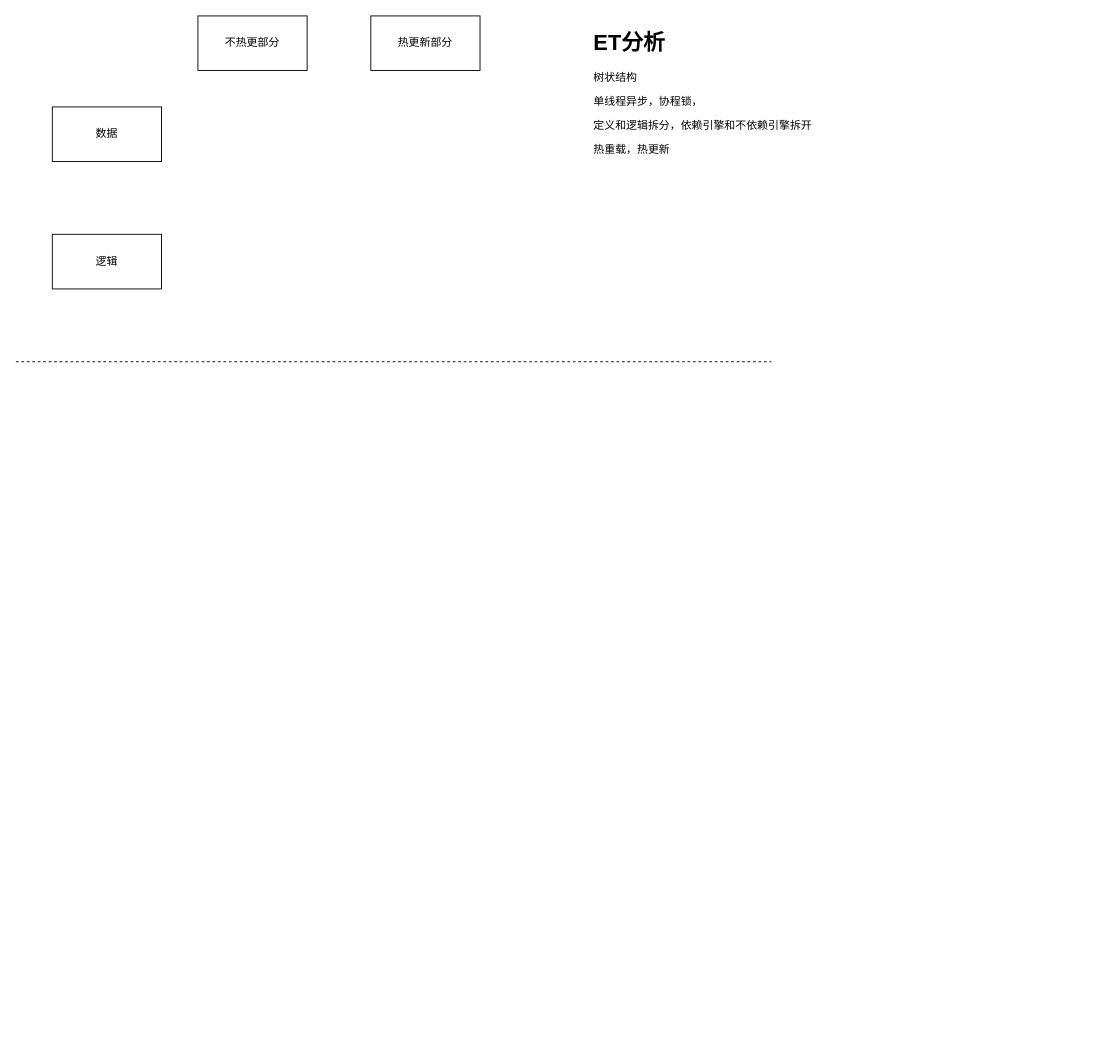
Above: Doc/Bliss.drawio in voidweapon/Bliss (draw.io), before the change. Source tidied: cells renumbered, new cells numbered last; positions are measured from the earlier drawing's top-left corner, leaving out a move shared by most shapes. Both pictures are drawn from the tidied source at 91%, with x=0, y=0 at pixel (15, 15).
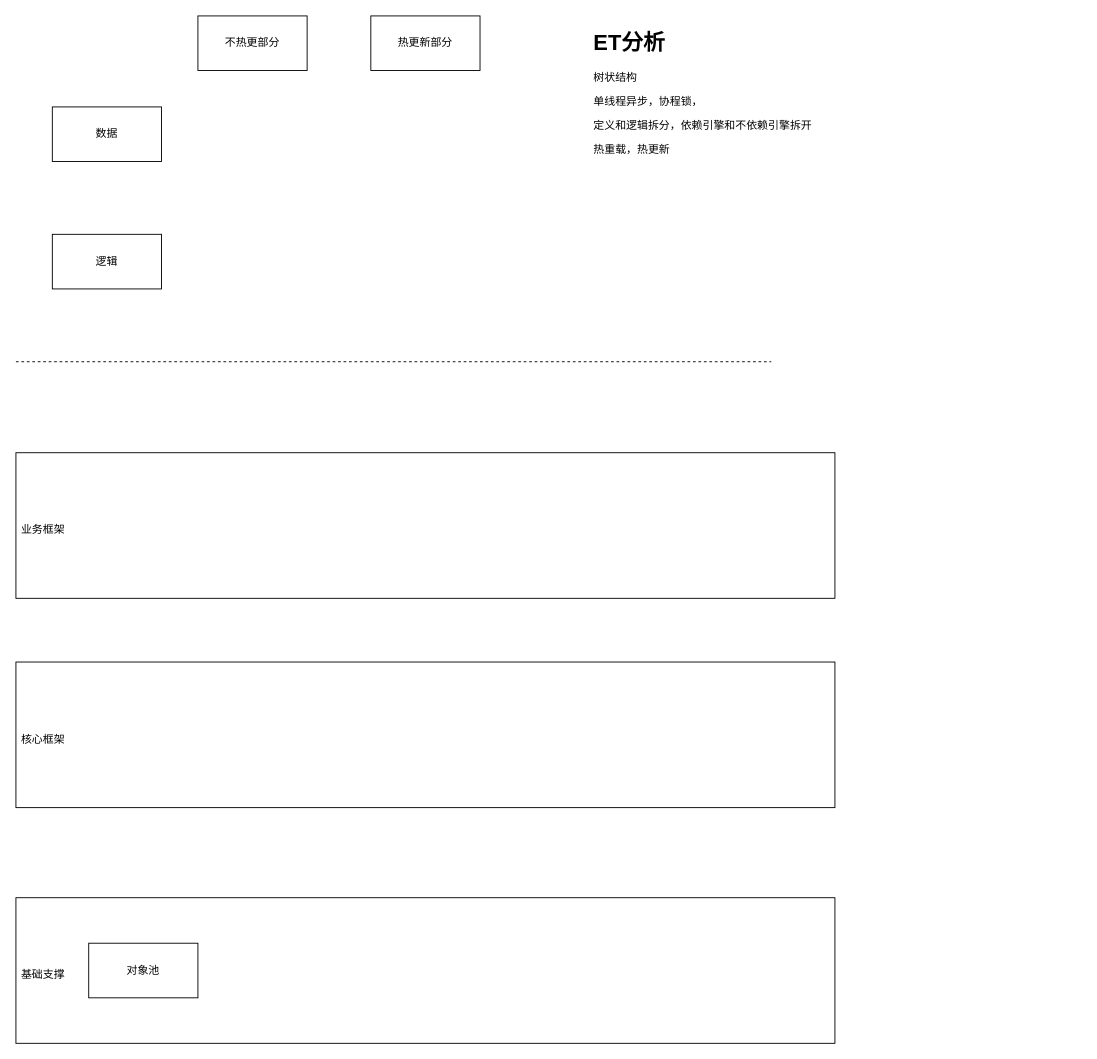
Above is the later version.

The edit, as a diff of the source:
```diff
@@
 <mxGraphModel>
   <root>
     <mxCell id="0" />
     <mxCell id="1" parent="0" />
+    <mxCell id="8" style="rounded=0;whiteSpace=wrap;html=1;" parent="1" vertex="1">
+      <mxGeometry y="969" width="900" height="160" as="geometry" />
+    </mxCell>
     <mxCell id="2" value="不热更部分" style="rounded=0;whiteSpace=wrap;html=1;" parent="1" vertex="1">
       <mxGeometry x="200" width="120" height="60" as="geometry" />
     </mxCell>
     <mxCell id="3" value="热更新部分" style="rounded=0;whiteSpace=wrap;html=1;" parent="1" vertex="1">
       <mxGeometry x="390" width="120" height="60" as="geometry" />
     </mxCell>
     <mxCell id="4" value="数据" style="rounded=0;whiteSpace=wrap;html=1;" parent="1" vertex="1">
       <mxGeometry x="40" y="100" width="120" height="60" as="geometry" />
     </mxCell>
     <mxCell id="5" value="逻辑" style="rounded=0;whiteSpace=wrap;html=1;" parent="1" vertex="1">
       <mxGeometry x="40" y="240" width="120" height="60" as="geometry" />
     </mxCell>
     <mxCell id="6" style="endArrow=none;dashed=1;html=1;rounded=0;" parent="1" edge="1">
       <mxGeometry relative="1" as="geometry">
         <mxPoint y="380" as="sourcePoint" />
         <mxPoint x="830" y="380" as="targetPoint" />
       </mxGeometry>
     </mxCell>
     <mxCell id="7" value="&lt;h1&gt;ET分析&lt;/h1&gt;&lt;p&gt;树状结构&lt;/p&gt;&lt;p&gt;单线程异步，协程锁，&lt;/p&gt;&lt;p&gt;定义和逻辑拆分，依赖引擎和不依赖引擎拆开&lt;/p&gt;&lt;p&gt;热重载，热更新&lt;/p&gt;" style="text;html=1;strokeColor=none;fillColor=none;spacing=5;spacingTop=-20;whiteSpace=wrap;overflow=hidden;rounded=0;" parent="1" vertex="1">
       <mxGeometry x="630" y="10" width="540" height="150" as="geometry" />
     </mxCell>
+    <mxCell id="9" value="基础支撑" style="text;html=1;strokeColor=none;fillColor=none;align=center;verticalAlign=middle;whiteSpace=wrap;rounded=0;" parent="1" vertex="1">
+      <mxGeometry y="1039" width="60" height="30" as="geometry" />
+    </mxCell>
+    <mxCell id="10" style="rounded=0;whiteSpace=wrap;html=1;" parent="1" vertex="1">
+      <mxGeometry y="710" width="900" height="160" as="geometry" />
+    </mxCell>
+    <mxCell id="11" value="核心框架" style="text;html=1;strokeColor=none;fillColor=none;align=center;verticalAlign=middle;whiteSpace=wrap;rounded=0;" parent="1" vertex="1">
+      <mxGeometry y="780" width="60" height="30" as="geometry" />
+    </mxCell>
+    <mxCell id="12" style="rounded=0;whiteSpace=wrap;html=1;" parent="1" vertex="1">
+      <mxGeometry y="480" width="900" height="160" as="geometry" />
+    </mxCell>
+    <mxCell id="13" value="业务框架" style="text;html=1;strokeColor=none;fillColor=none;align=center;verticalAlign=middle;whiteSpace=wrap;rounded=0;" parent="1" vertex="1">
+      <mxGeometry y="550" width="60" height="30" as="geometry" />
+    </mxCell>
+    <mxCell id="14" value="对象池" style="rounded=0;whiteSpace=wrap;html=1;" parent="1" vertex="1">
+      <mxGeometry x="80" y="1019" width="120" height="60" as="geometry" />
+    </mxCell>
   </root>
 </mxGraphModel>
```
